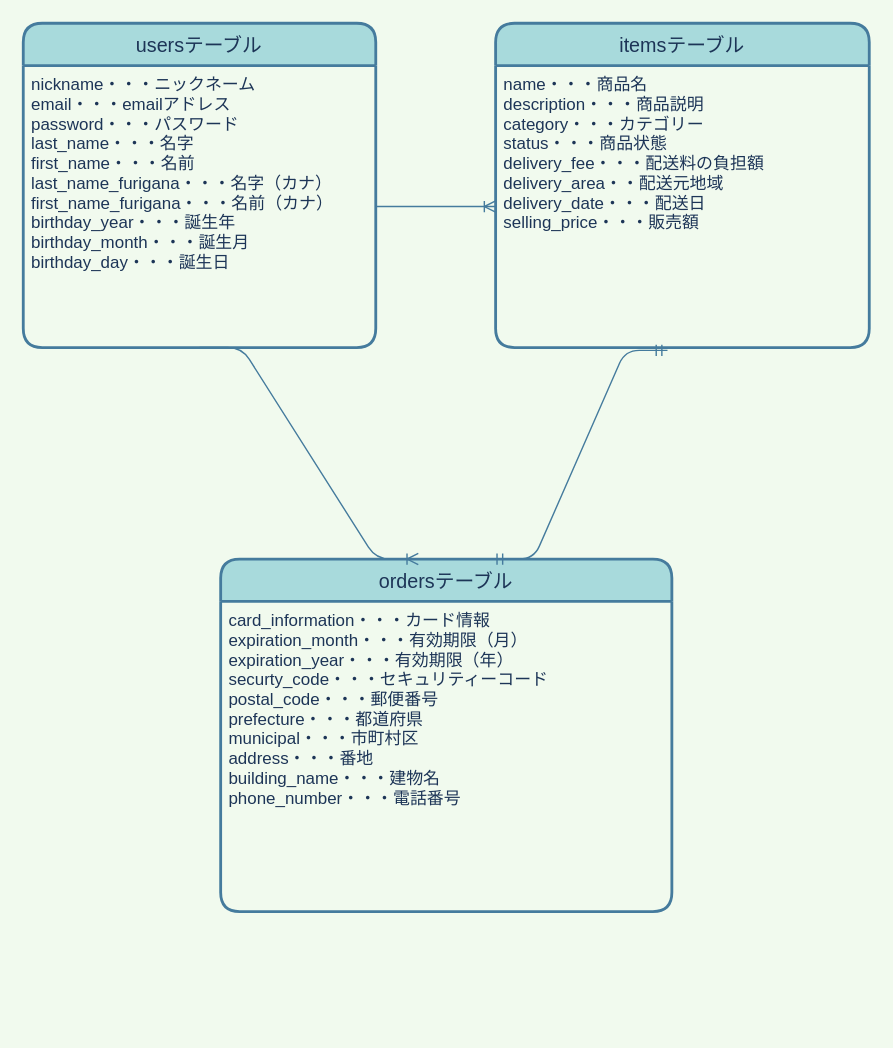
Before: furima.dio in fumitofujiwara/furima-32908, a draw.io diagram. Source tidied: cells renumbered, new cells numbered last; positions are measured from the earlier drawing's top-left corner, leaving out a move shared by most shapes. Both pictures are drawn from the tidied source at 141%, with x=0, y=0 at pixel (23, 23).
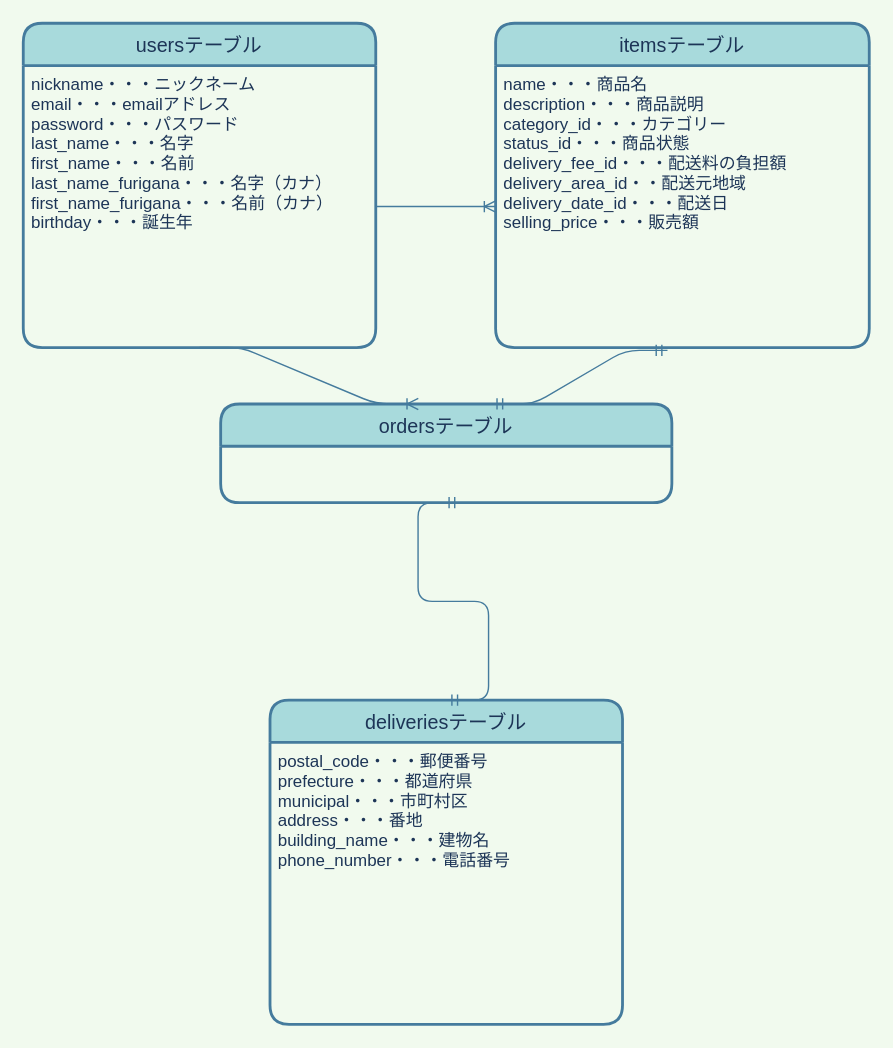
The same page after the edit.

What changed in the source:
```diff
@@
 <mxGraphModel background="#F1FAEE">
   <root>
     <mxCell id="0" />
     <mxCell id="1" parent="0" />
     <mxCell id="2" value="usersテーブル" style="swimlane;horizontal=1;startSize=30;rounded=1;fontSize=14;fontStyle=0;strokeWidth=2;shadow=0;dashed=0;align=center;fillColor=#A8DADC;strokeColor=#457B9D;fontColor=#1D3557;" parent="1" vertex="1">
       <mxGeometry width="250" height="230" as="geometry" />
     </mxCell>
-    <mxCell id="3" value="nickname・・・ニックネーム&#10;email・・・emailアドレス&#10;password・・・パスワード&#10;last_name・・・名字&#10;first_name・・・名前&#10;last_name_furigana・・・名字（カナ）&#10;first_name_furigana・・・名前（カナ）&#10;birthday_year・・・誕生年&#10;birthday_month・・・誕生月&#10;birthday_day・・・誕生日" style="align=left;strokeColor=none;fillColor=none;spacingLeft=4;fontSize=12;verticalAlign=top;fontColor=#1D3557;" parent="2" vertex="1">
+    <mxCell id="3" value="nickname・・・ニックネーム&#10;email・・・emailアドレス&#10;password・・・パスワード&#10;last_name・・・名字&#10;first_name・・・名前&#10;last_name_furigana・・・名字（カナ）&#10;first_name_furigana・・・名前（カナ）&#10;birthday・・・誕生年" style="align=left;strokeColor=none;fillColor=none;spacingLeft=4;fontSize=12;verticalAlign=top;fontColor=#1D3557;" parent="2" vertex="1">
       <mxGeometry y="30" width="250" height="200" as="geometry" />
     </mxCell>
     <mxCell id="4" value="itemsテーブル" style="swimlane;horizontal=1;startSize=30;rounded=1;fontSize=14;fontStyle=0;strokeWidth=2;shadow=0;dashed=0;align=center;fillColor=#A8DADC;strokeColor=#457B9D;fontColor=#1D3557;" parent="1" vertex="1">
       <mxGeometry x="335" width="265" height="230" as="geometry" />
     </mxCell>
-    <mxCell id="5" value="name・・・商品名&#10;description・・・商品説明&#10;category・・・カテゴリー&#10;status・・・商品状態&#10;delivery_fee・・・配送料の負担額&#10;delivery_area・・配送元地域&#10;delivery_date・・・配送日&#10;selling_price・・・販売額" style="align=left;strokeColor=none;fillColor=none;spacingLeft=4;fontSize=12;verticalAlign=top;fontColor=#1D3557;" parent="4" vertex="1">
+    <mxCell id="5" value="name・・・商品名&#10;description・・・商品説明&#10;category_id・・・カテゴリー&#10;status_id・・・商品状態&#10;delivery_fee_id・・・配送料の負担額&#10;delivery_area_id・・配送元地域&#10;delivery_date_id・・・配送日&#10;selling_price・・・販売額" style="align=left;strokeColor=none;fillColor=none;spacingLeft=4;fontSize=12;verticalAlign=top;fontColor=#1D3557;" parent="4" vertex="1">
       <mxGeometry y="30" width="265" height="200" as="geometry" />
     </mxCell>
     <mxCell id="6" value="ordersテーブル" style="swimlane;horizontal=1;startSize=30;rounded=1;fontSize=14;fontStyle=0;strokeWidth=2;shadow=0;dashed=0;align=center;fillColor=#A8DADC;strokeColor=#457B9D;fontColor=#1D3557;" parent="1" vertex="1">
-      <mxGeometry x="140" y="380" width="320" height="250" as="geometry" />
+      <mxGeometry x="140" y="270" width="320" height="70" as="geometry" />
     </mxCell>
-    <mxCell id="7" value="card_information・・・カード情報&#10;expiration_month・・・有効期限（月）&#10;expiration_year・・・有効期限（年）&#10;securty_code・・・セキュリティーコード&#10;postal_code・・・郵便番号&#10;prefecture・・・都道府県&#10;municipal・・・市町村区&#10;address・・・番地&#10;building_name・・・建物名&#10;phone_number・・・電話番号" style="align=left;strokeColor=none;fillColor=none;spacingLeft=4;fontSize=12;verticalAlign=top;fontColor=#1D3557;" parent="6" vertex="1">
-      <mxGeometry y="30" width="320" height="220" as="geometry" />
-    </mxCell>
     <mxCell id="8" style="edgeStyle=entityRelationEdgeStyle;fontSize=12;html=1;endArrow=ERoneToMany;exitX=1;exitY=0.5;exitDx=0;exitDy=0;entryX=0;entryY=0.5;entryDx=0;entryDy=0;labelBackgroundColor=#F1FAEE;strokeColor=#457B9D;fontColor=#1D3557;" parent="1" edge="1" source="3" target="5">
       <mxGeometry relative="1" as="geometry" />
     </mxCell>
     <mxCell id="9" style="edgeStyle=entityRelationEdgeStyle;fontSize=12;html=1;endArrow=ERoneToMany;exitX=0.5;exitY=1;exitDx=0;exitDy=0;entryX=0.438;entryY=0;entryDx=0;entryDy=0;entryPerimeter=0;labelBackgroundColor=#F1FAEE;strokeColor=#457B9D;fontColor=#1D3557;" parent="1" edge="1" source="3" target="6">
       <mxGeometry relative="1" as="geometry" />
     </mxCell>
     <mxCell id="10" style="edgeStyle=entityRelationEdgeStyle;fontSize=12;html=1;endArrow=ERmandOne;startArrow=ERmandOne;entryX=0.46;entryY=1.01;entryDx=0;entryDy=0;entryPerimeter=0;exitX=0.6;exitY=0;exitDx=0;exitDy=0;exitPerimeter=0;labelBackgroundColor=#F1FAEE;strokeColor=#457B9D;fontColor=#1D3557;" parent="1" edge="1" source="6" target="5">
       <mxGeometry relative="1" as="geometry" />
     </mxCell>
+    <mxCell id="11" value="deliveriesテーブル" style="swimlane;horizontal=1;startSize=30;rounded=1;fontSize=14;fontStyle=0;strokeWidth=2;shadow=0;dashed=0;align=center;fillColor=#A8DADC;strokeColor=#457B9D;fontColor=#1D3557;" parent="1" vertex="1">
+      <mxGeometry x="175" y="480" width="250" height="230" as="geometry" />
+    </mxCell>
+    <mxCell id="12" value="postal_code・・・郵便番号&#10;prefecture・・・都道府県&#10;municipal・・・市町村区&#10;address・・・番地&#10;building_name・・・建物名&#10;phone_number・・・電話番号" style="align=left;strokeColor=none;fillColor=none;spacingLeft=4;fontSize=12;verticalAlign=top;fontColor=#1D3557;" parent="11" vertex="1">
+      <mxGeometry y="30" width="250" height="200" as="geometry" />
+    </mxCell>
+    <mxCell id="13" style="edgeStyle=entityRelationEdgeStyle;fontSize=12;html=1;endArrow=ERmandOne;startArrow=ERmandOne;exitX=0.5;exitY=0;exitDx=0;exitDy=0;strokeColor=#457B9D;" parent="1" edge="1" source="11">
+      <mxGeometry relative="1" as="geometry">
+        <mxPoint x="310" y="340" as="targetPoint" />
+      </mxGeometry>
+    </mxCell>
   </root>
 </mxGraphModel>
```
